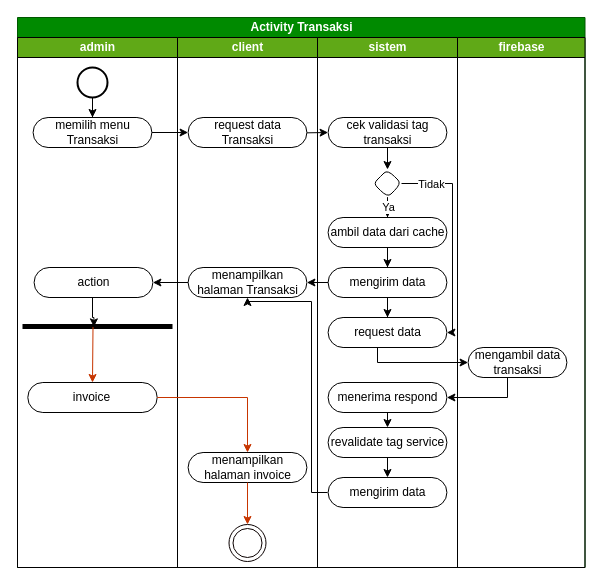
Above: page "Activity Transaksi" (36 of 43) of skrpsian.drawio in ThikerXCX/umltoko (draw.io), before the change. Source tidied: cells renumbered, new cells numbered last; positions are measured from the earlier drawing's top-left corner, leaving out a move shared by most shapes. Both pictures are drawn from the tidied source at 100%, with x=0, y=0 at pixel (17, 17).
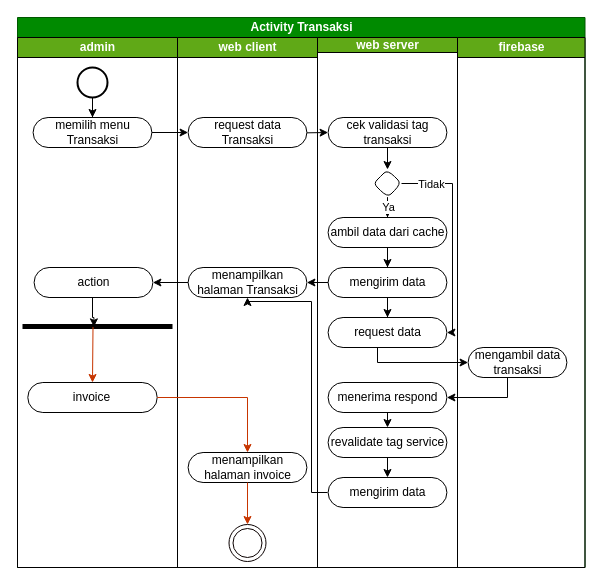
After the change.

Unchanged cells that the change refers to:
```xml
<mxCell id="2" value="Activity Transaksi" style="swimlane;startSize=20;html=1;fillColor=#008a00;fontColor=#ffffff;strokeColor=#005700;" parent="1" vertex="1">
  <mxGeometry width="567.5" height="550" as="geometry" />
</mxCell>
```

The edit, as a diff of the source:
```diff
@@
-    <mxCell id="12" value="client" style="swimlane;startSize=20;html=1;fillColor=#60a917;fontColor=#ffffff;strokeColor=#000000;" parent="2" vertex="1">
+    <mxCell id="12" value="web client" style="swimlane;startSize=20;html=1;fillColor=#60a917;fontColor=#ffffff;strokeColor=#000000;" parent="2" vertex="1">
       <mxGeometry x="160" y="20" width="140" height="530" as="geometry" />
     </mxCell>
@@
-    <mxCell id="18" value="sistem" style="swimlane;startSize=20;html=1;fillColor=#60a917;fontColor=#ffffff;strokeColor=#000000;" parent="2" vertex="1">
+    <mxCell id="18" value="web server" style="swimlane;startSize=15;html=1;fillColor=#60a917;fontColor=#ffffff;strokeColor=#000000;" parent="2" vertex="1">
       <mxGeometry x="300" y="20" width="140" height="530" as="geometry" />
     </mxCell>
```
